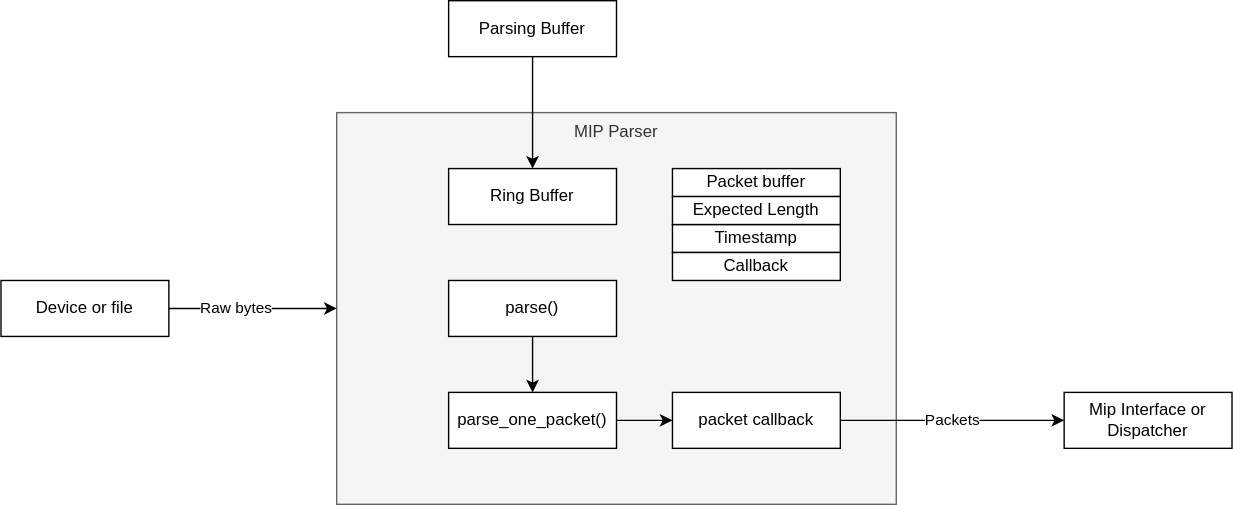
LORD-MicroStrain/mip_sdk keeps this draw.io diagram as docs/mip_parser.svg. Above is the earlier version. Source tidied: cells renumbered, new cells last; positions are measured from the earlier drawing's top-left corner, leaving out a move shared by most shapes.
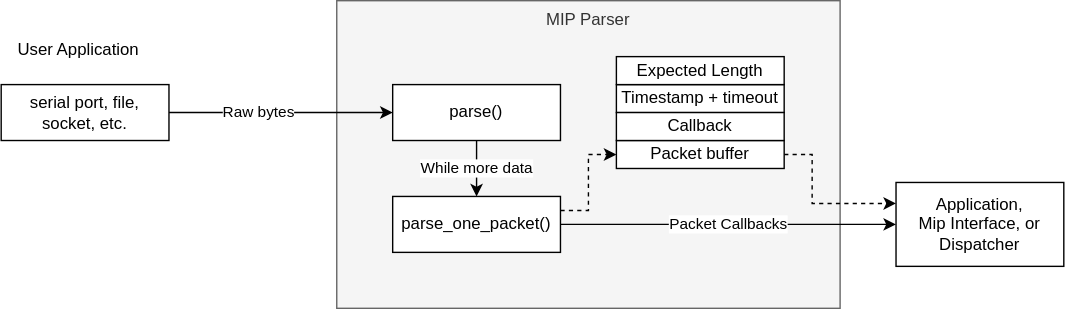
The same diagram one commit later.

Diff of the diagram source:
```diff
@@ -3,58 +3,57 @@
     <mxCell id="0" />
     <mxCell id="1" parent="0" />
     <mxCell id="2" value="MIP Parser" style="rounded=0;whiteSpace=wrap;html=1;fillColor=#f5f5f5;strokeColor=#666666;fontColor=#333333;verticalAlign=top;" parent="1" vertex="1">
-      <mxGeometry x="240" y="80" width="400" height="280" as="geometry" />
+      <mxGeometry x="280" y="140" width="360" height="220" as="geometry" />
     </mxCell>
-    <mxCell id="3" value="Raw bytes" style="edgeStyle=orthogonalEdgeStyle;rounded=0;jettySize=auto;html=1;exitX=1;exitY=0.5;exitDx=0;exitDy=0;" parent="1" edge="1" source="4" target="2">
+    <mxCell id="3" value="Raw bytes" style="edgeStyle=orthogonalEdgeStyle;rounded=0;jettySize=auto;html=1;exitX=1;exitY=0.5;exitDx=0;exitDy=0;entryX=0;entryY=0.5;entryDx=0;entryDy=0;" parent="1" edge="1" source="4" target="9">
       <mxGeometry x="-0.2" relative="1" as="geometry" />
     </mxCell>
-    <mxCell id="4" value="Device or file" style="rounded=0;whiteSpace=wrap;html=1;" parent="1" vertex="1">
-      <mxGeometry y="200" width="120" height="40" as="geometry" />
+    <mxCell id="4" value="&lt;div&gt;serial port, file, socket, etc.&lt;br&gt;&lt;/div&gt;" style="rounded=0;whiteSpace=wrap;html=1;" parent="1" vertex="1">
+      <mxGeometry x="40" y="200" width="120" height="40" as="geometry" />
     </mxCell>
-    <mxCell id="5" value="Ring Buffer" style="rounded=0;whiteSpace=wrap;html=1;" parent="1" vertex="1">
-      <mxGeometry x="320" y="120" width="120" height="40" as="geometry" />
-    </mxCell>
-    <mxCell id="6" style="edgeStyle=orthogonalEdgeStyle;rounded=0;jettySize=auto;html=1;entryX=0.5;entryY=0;entryDx=0;entryDy=0;" parent="1" edge="1" source="7" target="5">
-      <mxGeometry relative="1" as="geometry" />
-    </mxCell>
-    <mxCell id="7" value="Parsing Buffer" style="rounded=0;whiteSpace=wrap;html=1;" parent="1" vertex="1">
-      <mxGeometry x="320" width="120" height="40" as="geometry" />
-    </mxCell>
-    <mxCell id="8" style="edgeStyle=orthogonalEdgeStyle;rounded=0;jettySize=auto;html=1;exitX=0.5;exitY=1;exitDx=0;exitDy=0;entryX=0.5;entryY=0;entryDx=0;entryDy=0;" parent="1" edge="1" source="9" target="11">
+    <mxCell id="8" value="While more data" style="edgeStyle=orthogonalEdgeStyle;rounded=0;jettySize=auto;html=1;exitX=0.5;exitY=1;exitDx=0;exitDy=0;entryX=0.5;entryY=0;entryDx=0;entryDy=0;" parent="1" edge="1" source="9" target="11">
       <mxGeometry relative="1" as="geometry" />
     </mxCell>
     <mxCell id="9" value="parse()" style="rounded=0;whiteSpace=wrap;html=1;" parent="1" vertex="1">
       <mxGeometry x="320" y="200" width="120" height="40" as="geometry" />
     </mxCell>
-    <mxCell id="10" style="edgeStyle=orthogonalEdgeStyle;rounded=0;jettySize=auto;html=1;exitX=1;exitY=0.5;exitDx=0;exitDy=0;entryX=0;entryY=0.5;entryDx=0;entryDy=0;" parent="1" edge="1" source="11" target="13">
-      <mxGeometry relative="1" as="geometry" />
-    </mxCell>
+    <mxCell id="20" style="edgeStyle=orthogonalEdgeStyle;rounded=0;jettySize=auto;html=1;exitX=1;exitY=0.25;exitDx=0;exitDy=0;entryX=0;entryY=0.5;entryDx=0;entryDy=0;dashed=1;" parent="1" edge="1" source="11" target="16">
+      <mxGeometry relative="1" as="geometry" />
+    </mxCell>
     <mxCell id="11" value="parse_one_packet()" style="rounded=0;whiteSpace=wrap;html=1;" parent="1" vertex="1">
       <mxGeometry x="320" y="280" width="120" height="40" as="geometry" />
     </mxCell>
-    <mxCell id="12" value="Packets" style="edgeStyle=orthogonalEdgeStyle;rounded=0;jettySize=auto;html=1;exitX=1;exitY=0.5;exitDx=0;exitDy=0;entryX=0;entryY=0.5;entryDx=0;entryDy=0;" parent="1" edge="1" source="13" target="14">
+    <mxCell id="12" value="Packet Callbacks" style="edgeStyle=orthogonalEdgeStyle;rounded=0;jettySize=auto;html=1;exitX=1;exitY=0.5;exitDx=0;exitDy=0;entryX=0;entryY=0.5;entryDx=0;entryDy=0;" parent="1" edge="1" source="11" target="14">
       <mxGeometry relative="1" as="geometry" />
     </mxCell>
-    <mxCell id="13" value="packet callback" style="rounded=0;whiteSpace=wrap;html=1;" parent="1" vertex="1">
-      <mxGeometry x="480" y="280" width="120" height="40" as="geometry" />
-    </mxCell>
-    <mxCell id="14" value="Mip Interface or Dispatcher" style="rounded=0;whiteSpace=wrap;html=1;" parent="1" vertex="1">
-      <mxGeometry x="760" y="280" width="120" height="40" as="geometry" />
+    <mxCell id="14" value="Application,&lt;br&gt;&lt;div&gt;Mip Interface, or Dispatcher&lt;/div&gt;" style="rounded=0;whiteSpace=wrap;html=1;" parent="1" vertex="1">
+      <mxGeometry x="680" y="270" width="120" height="60" as="geometry" />
     </mxCell>
-    <mxCell id="15" style="group;" parent="1" vertex="1">
-      <mxGeometry x="480" y="120" width="120" height="80" as="geometry" />
-    </mxCell>
+    <mxCell id="21" style="edgeStyle=orthogonalEdgeStyle;rounded=0;jettySize=auto;html=1;exitX=1;exitY=0.5;exitDx=0;exitDy=0;entryX=0;entryY=0.25;entryDx=0;entryDy=0;dashed=1;" parent="1" edge="1" source="16" target="14">
+      <mxGeometry relative="1" as="geometry">
+        <Array as="points">
+          <mxPoint x="620" y="250" />
+          <mxPoint x="620" y="285" />
+        </Array>
+      </mxGeometry>
+    </mxCell>
+    <mxCell id="22" style="group;" parent="1" vertex="1">
+      <mxGeometry x="480" y="180" width="120" height="80" as="geometry" />
+    </mxCell>
-    <mxCell id="16" value="Packet buffer" style="rounded=0;whiteSpace=wrap;html=1;" parent="15" vertex="1">
-      <mxGeometry width="120" height="20" as="geometry" />
+    <mxCell id="16" value="Packet buffer" style="rounded=0;whiteSpace=wrap;html=1;" parent="22" vertex="1">
+      <mxGeometry y="60" width="120" height="20" as="geometry" />
     </mxCell>
-    <mxCell id="17" value="Timestamp" style="rounded=0;whiteSpace=wrap;html=1;" parent="15" vertex="1">
-      <mxGeometry y="40" width="120" height="20" as="geometry" />
+    <mxCell id="17" value="Timestamp + timeout" style="rounded=0;whiteSpace=wrap;html=1;" parent="22" vertex="1">
+      <mxGeometry y="20" width="120" height="20" as="geometry" />
     </mxCell>
-    <mxCell id="18" value="Callback" style="rounded=0;whiteSpace=wrap;html=1;" parent="15" vertex="1">
-      <mxGeometry y="60" width="120" height="20" as="geometry" />
+    <mxCell id="18" value="Callback" style="rounded=0;whiteSpace=wrap;html=1;" parent="22" vertex="1">
+      <mxGeometry y="40" width="120" height="20" as="geometry" />
     </mxCell>
-    <mxCell id="19" value="Expected Length" style="rounded=0;whiteSpace=wrap;html=1;" parent="15" vertex="1">
-      <mxGeometry y="20" width="120" height="20" as="geometry" />
+    <mxCell id="19" value="Expected Length" style="rounded=0;whiteSpace=wrap;html=1;" parent="22" vertex="1">
+      <mxGeometry width="120" height="20" as="geometry" />
     </mxCell>
+    <mxCell id="23" value="User Application" style="text;html=1;align=center;verticalAlign=middle;strokeColor=none;fillColor=none;" parent="1" vertex="1">
+      <mxGeometry x="40" y="160" width="110" height="30" as="geometry" />
+    </mxCell>
   </root>
 </mxGraphModel>
```
